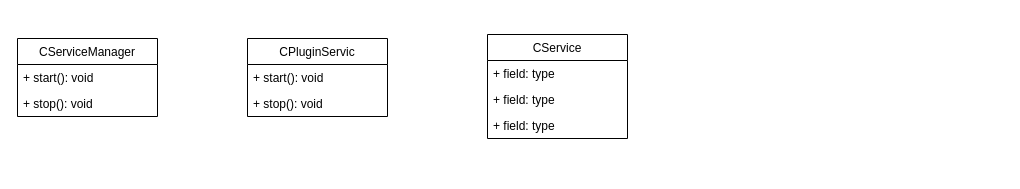
KangLin/RabbitRemoteControl keeps this draw.io diagram as docs/app.diagrams.net/PluginServiceAPI.drawio. Above is the earlier version. Source tidied: cells renumbered, new cells numbered last; positions are measured from the earlier drawing's top-left corner, leaving out a move shared by most shapes. Both pictures are drawn from the tidied source at 100%, with x=0, y=0 at pixel (17, 34).
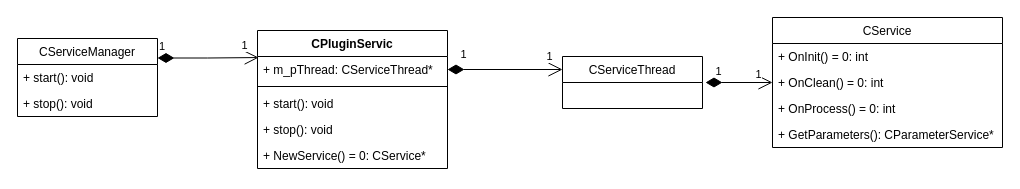
After the change.

Commit message (it also covers changes not shown here):
Documents: modify service API

The change refers to these unchanged cells:
```xml
<mxCell id="2" value="CServiceManager" style="swimlane;fontStyle=0;horizontal=1;startSize=26;fillColor=none;" parent="1" vertex="1">
  <mxGeometry y="4" width="140" height="78" as="geometry" />
</mxCell>
```

What changed in the source:
```diff
@@
-    <mxCell id="5" value="CPluginServic" style="swimlane;fontStyle=0;horizontal=1;startSize=26;fillColor=none;" parent="1" vertex="1">
-      <mxGeometry x="230" y="4" width="140" height="78" as="geometry" />
-    </mxCell>
-    <mxCell id="6" value="+ start(): void" style="text;strokeColor=none;fillColor=none;align=left;verticalAlign=top;spacingLeft=4;spacingRight=4;overflow=hidden;" parent="5" vertex="1">
-      <mxGeometry y="26" width="140" height="26" as="geometry" />
-    </mxCell>
-    <mxCell id="7" value="+ stop(): void&#10;&#10;&#10;" style="text;strokeColor=none;fillColor=none;align=left;verticalAlign=top;spacingLeft=4;spacingRight=4;overflow=hidden;" parent="5" vertex="1">
-      <mxGeometry y="52" width="140" height="26" as="geometry" />
-    </mxCell>
     <mxCell id="8" value="CService" style="swimlane;fontStyle=0;horizontal=1;startSize=26;fillColor=none;" parent="1" vertex="1">
-      <mxGeometry x="470" width="140" height="104" as="geometry" />
+      <mxGeometry x="755" y="-17" width="230" height="130" as="geometry" />
     </mxCell>
-    <mxCell id="9" value="+ field: type" style="text;strokeColor=none;fillColor=none;align=left;verticalAlign=top;spacingLeft=4;spacingRight=4;overflow=hidden;" parent="8" vertex="1">
-      <mxGeometry y="26" width="140" height="26" as="geometry" />
+    <mxCell id="9" value="+ OnInit() = 0: int" style="text;strokeColor=none;fillColor=none;align=left;verticalAlign=top;spacingLeft=4;spacingRight=4;overflow=hidden;" parent="8" vertex="1">
+      <mxGeometry y="26" width="230" height="26" as="geometry" />
     </mxCell>
-    <mxCell id="10" value="+ field: type" style="text;strokeColor=none;fillColor=none;align=left;verticalAlign=top;spacingLeft=4;spacingRight=4;overflow=hidden;" parent="8" vertex="1">
-      <mxGeometry y="52" width="140" height="26" as="geometry" />
+    <mxCell id="10" value="+ OnClean() = 0: int" style="text;strokeColor=none;fillColor=none;align=left;verticalAlign=top;spacingLeft=4;spacingRight=4;overflow=hidden;" parent="8" vertex="1">
+      <mxGeometry y="52" width="230" height="26" as="geometry" />
     </mxCell>
-    <mxCell id="11" value="+ field: type" style="text;strokeColor=none;fillColor=none;align=left;verticalAlign=top;spacingLeft=4;spacingRight=4;overflow=hidden;" parent="8" vertex="1">
-      <mxGeometry y="78" width="140" height="26" as="geometry" />
-    </mxCell>
+    <mxCell id="12" value="+ OnProcess() = 0: int" style="text;strokeColor=none;fillColor=none;align=left;verticalAlign=top;spacingLeft=4;spacingRight=4;overflow=hidden;" parent="8" vertex="1">
+      <mxGeometry y="78" width="230" height="26" as="geometry" />
+    </mxCell>
+    <mxCell id="13" value="+ GetParameters(): CParameterService*" style="text;strokeColor=none;fillColor=none;align=left;verticalAlign=top;spacingLeft=4;spacingRight=4;overflow=hidden;" parent="8" vertex="1">
+      <mxGeometry y="104" width="230" height="26" as="geometry" />
+    </mxCell>
+    <mxCell id="14" value="1" style="endArrow=open;html=1;endSize=12;startArrow=diamondThin;startSize=14;startFill=1;edgeStyle=orthogonalEdgeStyle;align=left;verticalAlign=bottom;rounded=0;exitX=1;exitY=0.25;exitDx=0;exitDy=0;entryX=0.006;entryY=0.196;entryDx=0;entryDy=0;entryPerimeter=0;" parent="1" edge="1" source="2" target="5">
+      <mxGeometry x="-1" y="3" relative="1" as="geometry" />
+    </mxCell>
+    <mxCell id="15" value="1" style="edgeLabel;html=1;align=center;verticalAlign=middle;" parent="14" vertex="1">
+      <mxGeometry x="0.71" relative="1" as="geometry">
+        <mxPoint y="-13" as="offset" />
+      </mxGeometry>
+    </mxCell>
+    <mxCell id="5" value="CPluginServic" style="swimlane;fontStyle=1;align=center;verticalAlign=top;horizontal=1;startSize=26;" parent="1" vertex="1">
+      <mxGeometry x="240" y="-4" width="190" height="138" as="geometry" />
+    </mxCell>
+    <mxCell id="16" value="+ m_pThread: CServiceThread*" style="text;strokeColor=none;fillColor=none;align=left;verticalAlign=top;spacingLeft=4;spacingRight=4;overflow=hidden;points=[[0,0.5],[1,0.5]];portConstraint=eastwest;" parent="5" vertex="1">
+      <mxGeometry y="26" width="190" height="26" as="geometry" />
+    </mxCell>
+    <mxCell id="17" style="line;strokeWidth=1;fillColor=none;align=left;verticalAlign=middle;spacingTop=-1;spacingLeft=3;spacingRight=3;labelPosition=right;" parent="5" vertex="1">
+      <mxGeometry y="52" width="190" height="8" as="geometry" />
+    </mxCell>
+    <mxCell id="6" value="+ start(): void" style="text;strokeColor=none;fillColor=none;align=left;verticalAlign=top;spacingLeft=4;spacingRight=4;overflow=hidden;" parent="5" vertex="1">
+      <mxGeometry y="60" width="190" height="26" as="geometry" />
+    </mxCell>
+    <mxCell id="7" value="+ stop(): void&#10;&#10;&#10;" style="text;strokeColor=none;fillColor=none;align=left;verticalAlign=top;spacingLeft=4;spacingRight=4;overflow=hidden;" parent="5" vertex="1">
+      <mxGeometry y="86" width="190" height="26" as="geometry" />
+    </mxCell>
+    <mxCell id="18" value="+ NewService() = 0: CService*" style="text;strokeColor=none;fillColor=none;align=left;verticalAlign=top;spacingLeft=4;spacingRight=4;overflow=hidden;" parent="5" vertex="1">
+      <mxGeometry y="112" width="190" height="26" as="geometry" />
+    </mxCell>
+    <mxCell id="19" style="edgeStyle=orthogonalEdgeStyle;rounded=0;jettySize=auto;html=1;startArrow=diamondThin;startFill=1;endArrow=open;endFill=0;startSize=14;endSize=12;sourcePerimeterSpacing=3;strokeWidth=1;" parent="1" edge="1" source="22" target="8">
+      <mxGeometry relative="1" as="geometry" />
+    </mxCell>
+    <mxCell id="20" value="1" style="edgeLabel;html=1;align=center;verticalAlign=middle;" parent="19" vertex="1">
+      <mxGeometry x="0.83" y="-1" relative="1" as="geometry">
+        <mxPoint x="-9" y="-10" as="offset" />
+      </mxGeometry>
+    </mxCell>
+    <mxCell id="21" value="1" style="edgeLabel;html=1;align=center;verticalAlign=middle;" parent="19" vertex="1">
+      <mxGeometry x="-0.74" relative="1" as="geometry">
+        <mxPoint x="3" y="-12" as="offset" />
+      </mxGeometry>
+    </mxCell>
+    <mxCell id="22" value="CServiceThread" style="swimlane;fontStyle=0;horizontal=1;startSize=26;fillColor=none;" parent="1" vertex="1">
+      <mxGeometry x="545" y="22" width="140" height="52" as="geometry" />
+    </mxCell>
+    <mxCell id="23" style="edgeStyle=orthogonalEdgeStyle;rounded=0;jettySize=auto;html=1;entryX=0;entryY=0.25;entryDx=0;entryDy=0;startArrow=diamondThin;startFill=1;strokeWidth=1;startSize=14;endSize=12;endArrow=open;endFill=0;" parent="1" edge="1" source="16" target="22">
+      <mxGeometry relative="1" as="geometry" />
+    </mxCell>
+    <mxCell id="24" value="1" style="edgeLabel;html=1;align=center;verticalAlign=middle;" parent="23" vertex="1">
+      <mxGeometry x="0.76" y="2" relative="1" as="geometry">
+        <mxPoint y="-11" as="offset" />
+      </mxGeometry>
+    </mxCell>
+    <mxCell id="25" value="1" style="edgeLabel;html=1;align=center;verticalAlign=middle;" parent="23" vertex="1">
+      <mxGeometry x="-0.74" relative="1" as="geometry">
+        <mxPoint y="-15" as="offset" />
+      </mxGeometry>
+    </mxCell>
```
